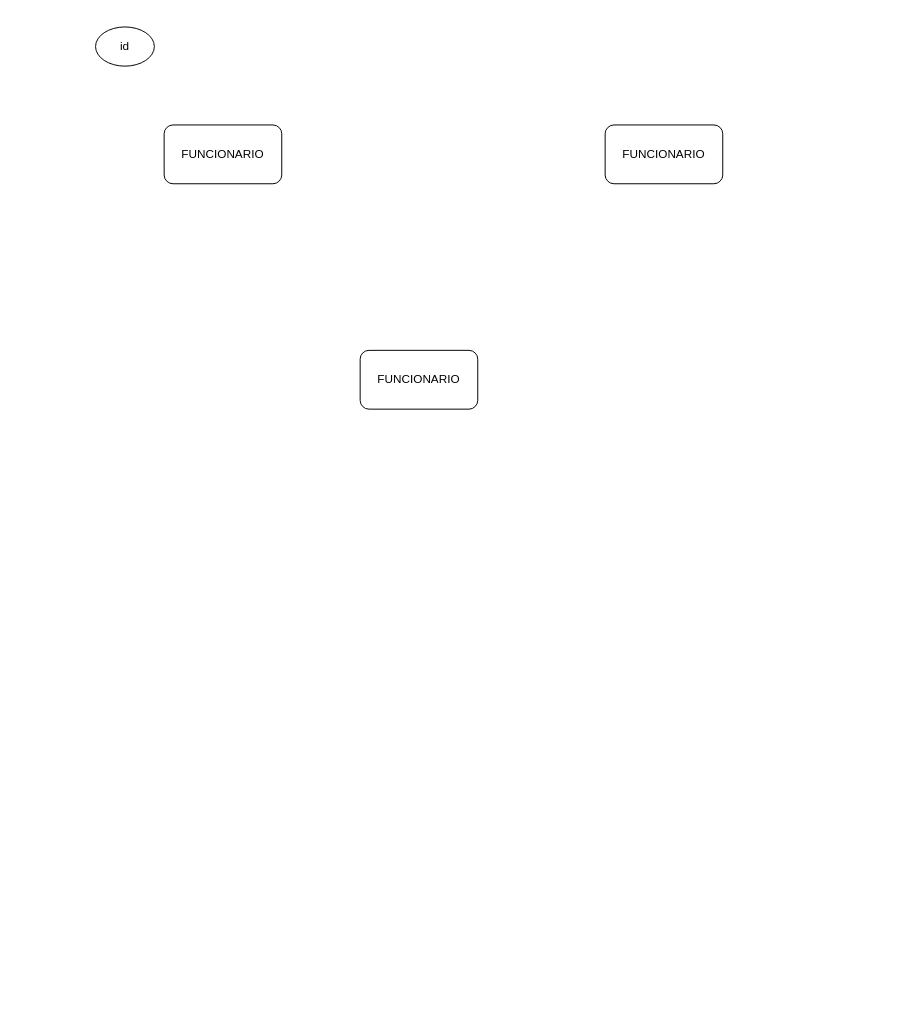
The draw.io diagram modelo/Diagrama_TechFix.drawio in NotFelBro/TechFix, before the edit. Source tidied: cells renumbered, new cells numbered last; positions are measured from the earlier drawing's top-left corner, leaving out a move shared by most shapes. Both pictures are drawn from the tidied source at 98%, with x=0, y=0 at pixel (95, 26).
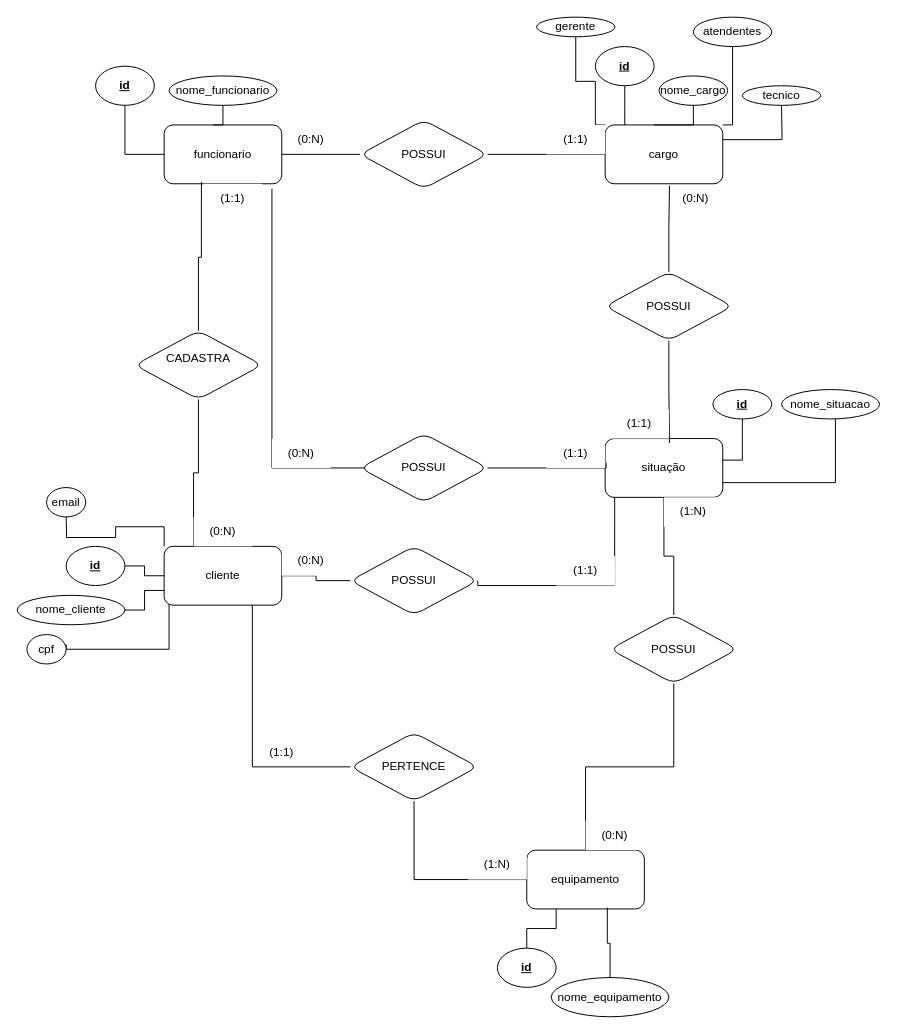
Above is the later version.

Commit message (it also covers changes not shown here):
Criado modelo conceitual cliente, funcionario, situacao, equipamento e cargo

What changed in the source:
```diff
@@
+    <mxCell id="6" style="edgeStyle=orthogonalEdgeStyle;rounded=0;jettySize=auto;html=1;exitX=1;exitY=0.5;exitDx=0;exitDy=0;entryX=0;entryY=0.5;entryDx=0;entryDy=0;endArrow=none;endFill=0;" parent="1" edge="1" source="2" target="17">
+      <mxGeometry relative="1" as="geometry" />
+    </mxCell>
+    <mxCell id="7" style="edgeStyle=orthogonalEdgeStyle;rounded=0;orthogonalLoop=1;jettySize=auto;html=1;entryX=0;entryY=0.5;entryDx=0;entryDy=0;endArrow=none;endFill=0;" parent="1" edge="1">
+      <mxGeometry relative="1" as="geometry">
+        <mxPoint x="180" y="165" as="sourcePoint" />
+        <mxPoint x="320" y="450" as="targetPoint" />
+        <Array as="points">
+          <mxPoint x="180" y="450" />
+        </Array>
+      </mxGeometry>
+    </mxCell>
-    <mxCell id="2" value="FUNCIONARIO" style="rounded=1;whiteSpace=wrap;html=1;" parent="1" vertex="1">
+    <mxCell id="2" value="funcionario" style="rounded=1;whiteSpace=wrap;html=1;fillColor=light-dark(#FFFFFF,#0066CC);" parent="1" vertex="1">
       <mxGeometry x="70" y="100" width="120" height="60" as="geometry" />
     </mxCell>
-    <mxCell id="3" value="FUNCIONARIO" style="rounded=1;whiteSpace=wrap;html=1;" parent="1" vertex="1">
-      <mxGeometry x="270" y="330" width="120" height="60" as="geometry" />
+    <mxCell id="3" value="situação" style="rounded=1;whiteSpace=wrap;html=1;fillColor=light-dark(#FFFFFF,#EA6B66);" parent="1" vertex="1">
+      <mxGeometry x="520" y="420" width="120" height="60" as="geometry" />
     </mxCell>
+    <mxCell id="8" style="edgeStyle=orthogonalEdgeStyle;rounded=0;jettySize=auto;html=1;exitX=1;exitY=0;exitDx=0;exitDy=0;endArrow=none;endFill=0;" parent="1" edge="1" source="4">
+      <mxGeometry relative="1" as="geometry">
+        <mxPoint x="650" y="20" as="targetPoint" />
+        <Array as="points">
+          <mxPoint x="650" y="100" />
+        </Array>
+      </mxGeometry>
+    </mxCell>
+    <mxCell id="9" style="edgeStyle=orthogonalEdgeStyle;rounded=0;jettySize=auto;html=1;exitX=1;exitY=0.25;exitDx=0;exitDy=0;endArrow=none;endFill=0;" parent="1" edge="1" source="4">
+      <mxGeometry relative="1" as="geometry">
+        <mxPoint x="700" y="80" as="targetPoint" />
+      </mxGeometry>
+    </mxCell>
-    <mxCell id="4" value="FUNCIONARIO" style="rounded=1;whiteSpace=wrap;html=1;" parent="1" vertex="1">
+    <mxCell id="4" value="cargo" style="rounded=1;whiteSpace=wrap;html=1;fillColor=light-dark(#FFFFFF,#67AB9F);" parent="1" vertex="1">
       <mxGeometry x="520" y="100" width="120" height="60" as="geometry" />
     </mxCell>
+    <mxCell id="10" style="edgeStyle=orthogonalEdgeStyle;rounded=0;jettySize=auto;html=1;exitX=0.5;exitY=1;exitDx=0;exitDy=0;entryX=0;entryY=0.5;entryDx=0;entryDy=0;endArrow=none;endFill=0;" parent="1" edge="1" source="5" target="2">
+      <mxGeometry relative="1" as="geometry" />
+    </mxCell>
-    <mxCell id="5" value="id" style="ellipse;whiteSpace=wrap;html=1;shapeInside=1;" parent="1" vertex="1">
-      <mxGeometry width="60" height="40" as="geometry" />
+    <mxCell id="5" value="&lt;b&gt;&lt;u&gt;id&lt;/u&gt;&lt;/b&gt;" style="ellipse;whiteSpace=wrap;html=1;shapeInside=1;" parent="1" vertex="1">
+      <mxGeometry y="40" width="60" height="40" as="geometry" />
     </mxCell>
+    <mxCell id="11" value="nome_funcionario" style="ellipse;whiteSpace=wrap;html=1;shapeInside=1;" parent="1" vertex="1">
+      <mxGeometry x="75" y="50" width="110" height="30" as="geometry" />
+    </mxCell>
+    <mxCell id="12" style="edgeStyle=orthogonalEdgeStyle;rounded=0;jettySize=auto;html=1;exitX=0.5;exitY=1;exitDx=0;exitDy=0;entryX=0.417;entryY=0;entryDx=0;entryDy=0;entryPerimeter=0;endArrow=none;endFill=0;" parent="1" edge="1" source="11" target="2">
+      <mxGeometry relative="1" as="geometry">
+        <Array as="points">
+          <mxPoint x="130" y="80" />
+          <mxPoint x="130" y="100" />
+        </Array>
+      </mxGeometry>
+    </mxCell>
+    <mxCell id="13" value="&lt;b&gt;&lt;u&gt;id&lt;/u&gt;&lt;/b&gt;" style="ellipse;whiteSpace=wrap;html=1;shapeInside=1;" parent="1" vertex="1">
+      <mxGeometry x="510" y="20" width="60" height="40" as="geometry" />
+    </mxCell>
+    <mxCell id="14" value="nome_cargo" style="ellipse;whiteSpace=wrap;html=1;shapeInside=1;" parent="1" vertex="1">
+      <mxGeometry x="575" y="50" width="70" height="30" as="geometry" />
+    </mxCell>
+    <mxCell id="15" style="edgeStyle=orthogonalEdgeStyle;rounded=0;jettySize=auto;html=1;exitX=0.5;exitY=1;exitDx=0;exitDy=0;entryX=0.417;entryY=0;entryDx=0;entryDy=0;entryPerimeter=0;endArrow=none;endFill=0;" parent="1" edge="1" source="14">
+      <mxGeometry relative="1" as="geometry">
+        <mxPoint x="570" y="100" as="targetPoint" />
+        <Array as="points">
+          <mxPoint x="610" y="80" />
+          <mxPoint x="610" y="100" />
+        </Array>
+      </mxGeometry>
+    </mxCell>
+    <mxCell id="16" style="edgeStyle=orthogonalEdgeStyle;rounded=0;jettySize=auto;html=1;exitX=1;exitY=0.5;exitDx=0;exitDy=0;entryX=0;entryY=0.5;entryDx=0;entryDy=0;endArrow=none;endFill=0;" parent="1" edge="1" source="17" target="4">
+      <mxGeometry relative="1" as="geometry" />
+    </mxCell>
+    <mxCell id="17" value="POSSUI" style="rhombus;whiteSpace=wrap;html=1;shapeInside=1;rounded=1;" parent="1" vertex="1">
+      <mxGeometry x="270" y="95" width="130" height="70" as="geometry" />
+    </mxCell>
+    <mxCell id="18" style="edgeStyle=orthogonalEdgeStyle;rounded=0;jettySize=auto;html=1;entryX=0.167;entryY=0;entryDx=0;entryDy=0;entryPerimeter=0;endArrow=none;endFill=0;" parent="1" edge="1" source="13" target="4">
+      <mxGeometry relative="1" as="geometry" />
+    </mxCell>
+    <mxCell id="19" style="edgeStyle=orthogonalEdgeStyle;rounded=0;jettySize=auto;html=1;exitX=1;exitY=0;exitDx=0;exitDy=0;endArrow=none;endFill=0;" parent="1" edge="1" source="20">
+      <mxGeometry relative="1" as="geometry">
+        <mxPoint x="490" y="10" as="targetPoint" />
+        <Array as="points">
+          <mxPoint x="510" y="100" />
+          <mxPoint x="510" y="55.5" />
+          <mxPoint x="490" y="55.5" />
+        </Array>
+      </mxGeometry>
+    </mxCell>
+    <mxCell id="20" value="(1:1)" style="text;html=1;whiteSpace=wrap;strokeColor=none;fillColor=light-dark(#FFFFFF,#0066CC);align=center;verticalAlign=middle;rounded=0;" parent="1" vertex="1">
+      <mxGeometry x="460" y="100" width="60" height="30" as="geometry" />
+    </mxCell>
+    <mxCell id="21" value="(0:N)" style="text;html=1;whiteSpace=wrap;strokeColor=none;fillColor=light-dark(transparent,#67AB9F);align=center;verticalAlign=middle;rounded=0;" parent="1" vertex="1">
+      <mxGeometry x="190" y="100" width="60" height="30" as="geometry" />
+    </mxCell>
+    <mxCell id="22" style="edgeStyle=orthogonalEdgeStyle;rounded=0;jettySize=auto;html=1;entryX=1;entryY=0.75;entryDx=0;entryDy=0;endArrow=none;endFill=0;" parent="1" edge="1" target="3">
+      <mxGeometry relative="1" as="geometry">
+        <mxPoint x="755" y="400" as="sourcePoint" />
+        <Array as="points">
+          <mxPoint x="755" y="465" />
+        </Array>
+      </mxGeometry>
+    </mxCell>
+    <mxCell id="23" value="nome_situacao" style="ellipse;whiteSpace=wrap;html=1;shapeInside=1;" parent="1" vertex="1">
+      <mxGeometry x="700" y="370" width="100" height="30" as="geometry" />
+    </mxCell>
+    <mxCell id="24" value="&lt;b&gt;&lt;u&gt;id&lt;/u&gt;&lt;/b&gt;" style="ellipse;whiteSpace=wrap;html=1;shapeInside=1;" parent="1" vertex="1">
+      <mxGeometry x="630" y="370" width="60" height="30" as="geometry" />
+    </mxCell>
+    <mxCell id="25" style="edgeStyle=orthogonalEdgeStyle;rounded=0;jettySize=auto;html=1;entryX=1;entryY=0.367;entryDx=0;entryDy=0;entryPerimeter=0;endArrow=none;endFill=0;" parent="1" edge="1" source="24" target="3">
+      <mxGeometry relative="1" as="geometry" />
+    </mxCell>
+    <mxCell id="26" value="POSSUI" style="rhombus;whiteSpace=wrap;html=1;shapeInside=1;rounded=1;" parent="1" vertex="1">
+      <mxGeometry x="520" y="250" width="130" height="70" as="geometry" />
+    </mxCell>
+    <mxCell id="27" style="edgeStyle=orthogonalEdgeStyle;rounded=0;jettySize=auto;html=1;entryX=0.547;entryY=1.033;entryDx=0;entryDy=0;entryPerimeter=0;endArrow=none;endFill=0;" parent="1" edge="1" source="26" target="4">
+      <mxGeometry relative="1" as="geometry" />
+    </mxCell>
+    <mxCell id="28" style="edgeStyle=orthogonalEdgeStyle;rounded=0;jettySize=auto;html=1;entryX=0.547;entryY=0.075;entryDx=0;entryDy=0;entryPerimeter=0;endArrow=none;endFill=0;" parent="1" edge="1" source="26" target="3">
+      <mxGeometry relative="1" as="geometry" />
+    </mxCell>
+    <mxCell id="29" value="(0:N)" style="text;html=1;whiteSpace=wrap;strokeColor=none;fillColor=light-dark(transparent,#EA6B66);align=center;verticalAlign=middle;rounded=0;" parent="1" vertex="1">
+      <mxGeometry x="585" y="160" width="55" height="30" as="geometry" />
+    </mxCell>
+    <mxCell id="30" value="(1:1)" style="text;html=1;whiteSpace=wrap;strokeColor=none;fillColor=light-dark(#FFFFFF,#67AB9F);align=center;verticalAlign=middle;rounded=0;" parent="1" vertex="1">
+      <mxGeometry x="525" y="390" width="60" height="30" as="geometry" />
+    </mxCell>
+    <mxCell id="31" value="POSSUI" style="rhombus;whiteSpace=wrap;html=1;shapeInside=1;rounded=1;" parent="1" vertex="1">
+      <mxGeometry x="270" y="415" width="130" height="70" as="geometry" />
+    </mxCell>
+    <mxCell id="32" style="edgeStyle=orthogonalEdgeStyle;rounded=0;jettySize=auto;html=1;exitX=1;exitY=0.5;exitDx=0;exitDy=0;entryX=0.008;entryY=0.413;entryDx=0;entryDy=0;entryPerimeter=0;endArrow=none;endFill=0;" parent="1" edge="1" source="31" target="3">
+      <mxGeometry relative="1" as="geometry">
+        <Array as="points">
+          <mxPoint x="521" y="450" />
+        </Array>
+      </mxGeometry>
+    </mxCell>
+    <mxCell id="33" value="(1:1)" style="text;html=1;whiteSpace=wrap;strokeColor=none;fillColor=light-dark(#FFFFFF,#0066CC);align=center;verticalAlign=middle;rounded=0;" parent="1" vertex="1">
+      <mxGeometry x="460" y="420" width="60" height="30" as="geometry" />
+    </mxCell>
+    <mxCell id="34" value="(0:N)" style="text;html=1;whiteSpace=wrap;strokeColor=none;fillColor=light-dark(#FFFFFF,#EA6B66);align=center;verticalAlign=middle;rounded=0;" parent="1" vertex="1">
+      <mxGeometry x="180" y="420" width="60" height="30" as="geometry" />
+    </mxCell>
+    <mxCell id="35" style="edgeStyle=orthogonalEdgeStyle;rounded=0;jettySize=auto;html=1;entryX=0;entryY=0.5;entryDx=0;entryDy=0;endArrow=none;endFill=0;" parent="1" edge="1" source="38" target="48">
+      <mxGeometry relative="1" as="geometry" />
+    </mxCell>
+    <mxCell id="36" style="edgeStyle=orthogonalEdgeStyle;rounded=0;jettySize=auto;html=1;exitX=0;exitY=0;exitDx=0;exitDy=0;endArrow=none;endFill=0;" parent="1" edge="1" source="38">
+      <mxGeometry relative="1" as="geometry">
+        <mxPoint x="-30" y="500" as="targetPoint" />
+      </mxGeometry>
+    </mxCell>
+    <mxCell id="37" style="edgeStyle=orthogonalEdgeStyle;rounded=0;jettySize=auto;html=1;exitX=0.25;exitY=1;exitDx=0;exitDy=0;endArrow=none;endFill=0;entryX=1;entryY=0.333;entryDx=0;entryDy=0;entryPerimeter=0;" parent="1" edge="1" target="71">
+      <mxGeometry relative="1" as="geometry">
+        <mxPoint x="75" y="580" as="sourcePoint" />
+        <Array as="points">
+          <mxPoint x="75" y="635" />
+          <mxPoint x="-30" y="635" />
+        </Array>
+      </mxGeometry>
+    </mxCell>
+    <mxCell id="38" value="cliente" style="rounded=1;whiteSpace=wrap;html=1;fillColor=light-dark(#FFFFFF,#FF3399);" parent="1" vertex="1">
+      <mxGeometry x="70" y="530" width="120" height="60" as="geometry" />
+    </mxCell>
+    <mxCell id="39" value="&lt;b&gt;&lt;u&gt;id&lt;/u&gt;&lt;/b&gt;" style="ellipse;whiteSpace=wrap;html=1;shapeInside=1;" parent="1" vertex="1">
+      <mxGeometry x="-30" y="530" width="60" height="40" as="geometry" />
+    </mxCell>
+    <mxCell id="40" value="nome_cliente" style="ellipse;whiteSpace=wrap;html=1;shapeInside=1;" parent="1" vertex="1">
+      <mxGeometry x="-80" y="580" width="110" height="30" as="geometry" />
+    </mxCell>
+    <mxCell id="41" style="edgeStyle=orthogonalEdgeStyle;rounded=0;jettySize=auto;html=1;entryX=0;entryY=0.5;entryDx=0;entryDy=0;endArrow=none;endFill=0;" parent="1" edge="1" source="39" target="38">
+      <mxGeometry relative="1" as="geometry" />
+    </mxCell>
+    <mxCell id="42" style="edgeStyle=orthogonalEdgeStyle;rounded=0;jettySize=auto;html=1;entryX=0;entryY=0.75;entryDx=0;entryDy=0;endArrow=none;endFill=0;" parent="1" edge="1" source="40" target="38">
+      <mxGeometry relative="1" as="geometry" />
+    </mxCell>
+    <mxCell id="43" style="edgeStyle=orthogonalEdgeStyle;rounded=0;jettySize=auto;html=1;entryX=0.25;entryY=0;entryDx=0;entryDy=0;endArrow=none;endFill=0;" parent="1" edge="1" source="44" target="38">
+      <mxGeometry relative="1" as="geometry" />
+    </mxCell>
+    <mxCell id="44" value="CADASTRA&lt;div&gt;&lt;br/&gt;&lt;/div&gt;" style="rhombus;whiteSpace=wrap;html=1;shapeInside=1;rounded=1;" parent="1" vertex="1">
+      <mxGeometry x="40" y="310" width="130" height="70" as="geometry" />
+    </mxCell>
+    <mxCell id="45" style="edgeStyle=orthogonalEdgeStyle;rounded=0;jettySize=auto;html=1;entryX=0.317;entryY=0.967;entryDx=0;entryDy=0;entryPerimeter=0;endArrow=none;endFill=0;" parent="1" edge="1" source="44" target="2">
+      <mxGeometry relative="1" as="geometry" />
+    </mxCell>
+    <mxCell id="46" value="(0:N)" style="text;html=1;whiteSpace=wrap;strokeColor=none;fillColor=light-dark(#FFFFFF,#0066CC);align=center;verticalAlign=middle;rounded=0;" parent="1" vertex="1">
+      <mxGeometry x="100" y="500" width="60" height="30" as="geometry" />
+    </mxCell>
+    <mxCell id="47" value="(1:1)" style="text;html=1;whiteSpace=wrap;strokeColor=none;fillColor=light-dark(#FFFFFF,#FF3399);align=center;verticalAlign=middle;rounded=0;" parent="1" vertex="1">
+      <mxGeometry x="110" y="160" width="60" height="30" as="geometry" />
+    </mxCell>
+    <mxCell id="48" value="POSSUI" style="rhombus;whiteSpace=wrap;html=1;shapeInside=1;rounded=1;" parent="1" vertex="1">
+      <mxGeometry x="260" y="530" width="130" height="70" as="geometry" />
+    </mxCell>
+    <mxCell id="49" style="edgeStyle=orthogonalEdgeStyle;rounded=0;jettySize=auto;html=1;entryX=0.081;entryY=0.999;entryDx=0;entryDy=0;entryPerimeter=0;endArrow=none;endFill=0;exitX=1;exitY=0.5;exitDx=0;exitDy=0;" parent="1" edge="1" source="48" target="3">
+      <mxGeometry relative="1" as="geometry">
+        <Array as="points">
+          <mxPoint x="390" y="570" />
+          <mxPoint x="529.7" y="570" />
+        </Array>
+      </mxGeometry>
+    </mxCell>
+    <mxCell id="50" value="(1:1)" style="text;html=1;whiteSpace=wrap;strokeColor=none;fillColor=light-dark(#FFFFFF,#FF3399);align=center;verticalAlign=middle;rounded=0;" parent="1" vertex="1">
+      <mxGeometry x="470" y="540" width="60" height="30" as="geometry" />
+    </mxCell>
+    <mxCell id="51" value="(0:N)" style="text;html=1;whiteSpace=wrap;strokeColor=none;fillColor=light-dark(#FFFFFF,#EA6B66);align=center;verticalAlign=middle;rounded=0;" parent="1" vertex="1">
+      <mxGeometry x="190" y="530" width="60" height="30" as="geometry" />
+    </mxCell>
+    <mxCell id="52" style="edgeStyle=orthogonalEdgeStyle;rounded=0;jettySize=auto;html=1;endArrow=none;endFill=0;entryX=0.5;entryY=1;entryDx=0;entryDy=0;" parent="1" edge="1" source="54" target="61">
+      <mxGeometry relative="1" as="geometry" />
+    </mxCell>
+    <mxCell id="53" style="edgeStyle=orthogonalEdgeStyle;rounded=0;jettySize=auto;html=1;entryX=0.5;entryY=1;entryDx=0;entryDy=0;endArrow=none;endFill=0;" parent="1" edge="1" source="54" target="64">
+      <mxGeometry relative="1" as="geometry" />
+    </mxCell>
+    <mxCell id="54" value="equipamento" style="rounded=1;whiteSpace=wrap;html=1;fillColor=light-dark(#FFFFFF,#006600);" parent="1" vertex="1">
+      <mxGeometry x="440" y="840" width="120" height="60" as="geometry" />
+    </mxCell>
+    <mxCell id="55" style="edgeStyle=orthogonalEdgeStyle;rounded=0;jettySize=auto;html=1;entryX=0.25;entryY=1;entryDx=0;entryDy=0;endArrow=none;endFill=0;" parent="1" edge="1" source="56" target="54">
+      <mxGeometry relative="1" as="geometry" />
+    </mxCell>
+    <mxCell id="56" value="&lt;b&gt;&lt;u&gt;id&lt;/u&gt;&lt;/b&gt;" style="ellipse;whiteSpace=wrap;html=1;shapeInside=1;" parent="1" vertex="1">
+      <mxGeometry x="410" y="940" width="60" height="40" as="geometry" />
+    </mxCell>
+    <mxCell id="57" value="nome_equipamento" style="ellipse;whiteSpace=wrap;html=1;shapeInside=1;" parent="1" vertex="1">
+      <mxGeometry x="465" y="970" width="120" height="40" as="geometry" />
+    </mxCell>
+    <mxCell id="58" value="(1:N)" style="text;html=1;whiteSpace=wrap;strokeColor=none;fillColor=light-dark(#FFFFFF,#FF3399);align=center;verticalAlign=middle;rounded=0;" parent="1" vertex="1">
+      <mxGeometry x="380" y="840" width="60" height="30" as="geometry" />
+    </mxCell>
+    <mxCell id="59" value="(1:1)" style="text;html=1;whiteSpace=wrap;strokeColor=none;fillColor=light-dark(#FFFFFF,#0066CC);align=center;verticalAlign=middle;rounded=0;" parent="1" vertex="1">
+      <mxGeometry x="160" y="725" width="60" height="30" as="geometry" />
+    </mxCell>
+    <mxCell id="60" style="edgeStyle=orthogonalEdgeStyle;rounded=0;jettySize=auto;html=1;entryX=0.75;entryY=1;entryDx=0;entryDy=0;endArrow=none;endFill=0;exitX=0;exitY=0.5;exitDx=0;exitDy=0;" parent="1" edge="1" source="61" target="38">
+      <mxGeometry relative="1" as="geometry">
+        <Array as="points">
+          <mxPoint x="160" y="755" />
+        </Array>
+      </mxGeometry>
+    </mxCell>
+    <mxCell id="61" value="PERTENCE" style="rhombus;whiteSpace=wrap;html=1;shapeInside=1;rounded=1;" parent="1" vertex="1">
+      <mxGeometry x="260" y="720" width="130" height="70" as="geometry" />
+    </mxCell>
+    <mxCell id="62" style="edgeStyle=orthogonalEdgeStyle;rounded=0;jettySize=auto;html=1;entryX=0.685;entryY=0.978;entryDx=0;entryDy=0;entryPerimeter=0;endArrow=none;endFill=0;" parent="1" edge="1" source="57" target="54">
+      <mxGeometry relative="1" as="geometry" />
+    </mxCell>
+    <mxCell id="63" style="edgeStyle=orthogonalEdgeStyle;rounded=0;jettySize=auto;html=1;endArrow=none;endFill=0;" parent="1" edge="1" source="64" target="3">
+      <mxGeometry relative="1" as="geometry" />
+    </mxCell>
+    <mxCell id="64" value="POSSUI" style="rhombus;whiteSpace=wrap;html=1;shapeInside=1;rounded=1;" parent="1" vertex="1">
+      <mxGeometry x="525" y="600" width="130" height="70" as="geometry" />
+    </mxCell>
+    <mxCell id="65" value="(0:N)" style="text;html=1;whiteSpace=wrap;strokeColor=none;fillColor=light-dark(#FFFFFF,#EA6B66);align=center;verticalAlign=middle;rounded=0;" parent="1" vertex="1">
+      <mxGeometry x="500" y="810" width="60" height="30" as="geometry" />
+    </mxCell>
+    <mxCell id="66" value="(1:N)" style="text;html=1;whiteSpace=wrap;strokeColor=none;fillColor=light-dark(#FFFFFF,#006600);align=center;verticalAlign=middle;rounded=0;" parent="1" vertex="1">
+      <mxGeometry x="580" y="480" width="60" height="30" as="geometry" />
+    </mxCell>
+    <mxCell id="67" value="atendentes" style="ellipse;whiteSpace=wrap;html=1;shapeInside=1;" parent="1" vertex="1">
+      <mxGeometry x="610" y="-10" width="80" height="30" as="geometry" />
+    </mxCell>
+    <mxCell id="68" value="tecnico" style="ellipse;whiteSpace=wrap;html=1;shapeInside=1;" parent="1" vertex="1">
+      <mxGeometry x="660" y="60" width="80" height="20" as="geometry" />
+    </mxCell>
+    <mxCell id="69" value="gerente" style="ellipse;whiteSpace=wrap;html=1;shapeInside=1;" parent="1" vertex="1">
+      <mxGeometry x="450" y="-10" width="80" height="20" as="geometry" />
+    </mxCell>
+    <mxCell id="70" value="email" style="ellipse;whiteSpace=wrap;html=1;shapeInside=1;" parent="1" vertex="1">
+      <mxGeometry x="-50" y="470" width="40" height="30" as="geometry" />
+    </mxCell>
+    <mxCell id="71" value="cpf" style="ellipse;whiteSpace=wrap;html=1;shapeInside=1;" parent="1" vertex="1">
+      <mxGeometry x="-70" y="620" width="40" height="30" as="geometry" />
+    </mxCell>
```
